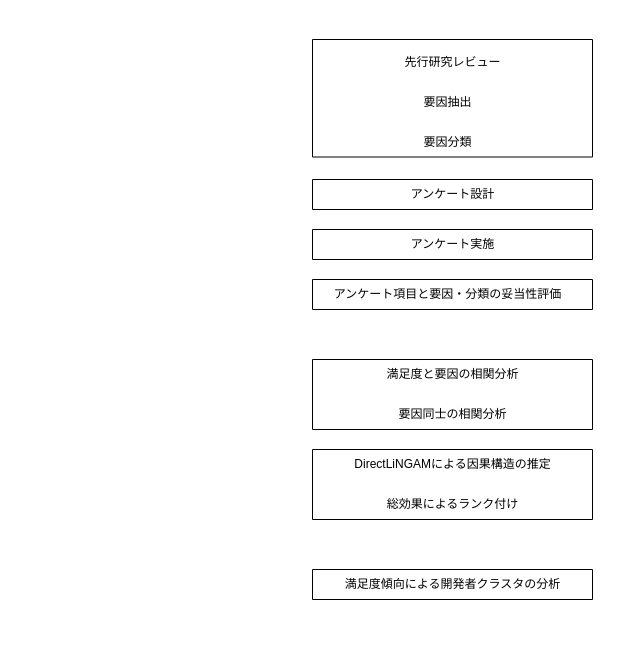
Earlier version of the draw.io diagram research-questions.drawio (hareiharei/factors_chart). Source tidied: cells renumbered, new cells numbered last; positions are measured from the earlier drawing's top-left corner, leaving out a move shared by most shapes. Both pictures are drawn from the tidied source at 100%, with x=0, y=0 at pixel (312, 39).
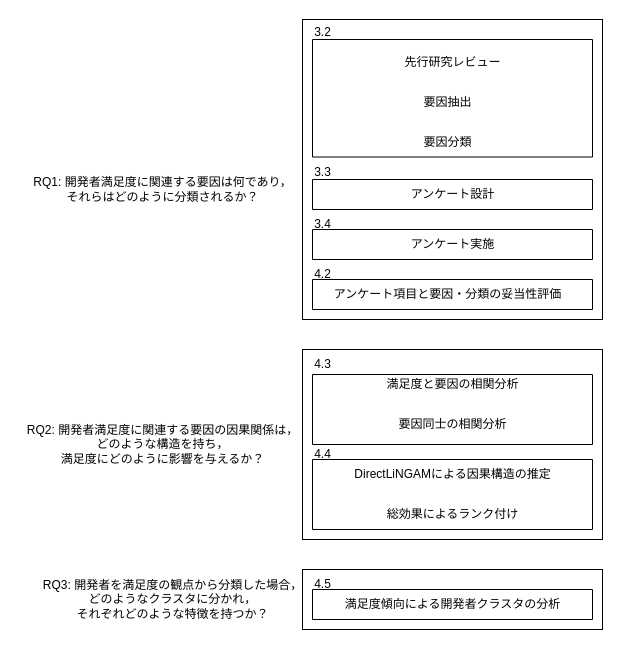
After the change.

Commit message:
research-questions.drawio を更新します

Diff of the diagram source:
```diff
@@
+    <mxCell id="20" style="rounded=0;whiteSpace=wrap;html=1;" parent="1" vertex="1">
+      <mxGeometry x="-10" y="530" width="300" height="60" as="geometry" />
+    </mxCell>
+    <mxCell id="21" style="rounded=0;whiteSpace=wrap;html=1;" parent="1" vertex="1">
+      <mxGeometry x="-10" y="310" width="300" height="190" as="geometry" />
+    </mxCell>
+    <mxCell id="22" style="rounded=0;whiteSpace=wrap;html=1;" parent="1" vertex="1">
+      <mxGeometry x="-10" y="-20" width="300" height="300" as="geometry" />
+    </mxCell>
@@
     <mxCell id="8" value="満足度と要因の相関分析" style="text;html=1;align=center;verticalAlign=middle;strokeColor=none;fillColor=none;" parent="1" vertex="1">
-      <mxGeometry x="60" y="320" width="160" height="30" as="geometry" />
+      <mxGeometry x="60" y="330" width="160" height="30" as="geometry" />
     </mxCell>
     <mxCell id="9" value="要因同士の相関分析" style="text;html=1;align=center;verticalAlign=middle;strokeColor=none;fillColor=none;" parent="1" vertex="1">
-      <mxGeometry x="75" y="360" width="130" height="30" as="geometry" />
+      <mxGeometry x="75" y="370" width="130" height="30" as="geometry" />
     </mxCell>
@@
     <mxCell id="14" style="swimlane;startSize=0;" parent="1" vertex="1">
-      <mxGeometry y="320" width="280" height="70" as="geometry" />
+      <mxGeometry y="335" width="280" height="70" as="geometry" />
     </mxCell>
     <mxCell id="15" style="swimlane;startSize=0;" parent="1" vertex="1">
-      <mxGeometry y="410" width="280" height="70" as="geometry" />
+      <mxGeometry y="420" width="280" height="70" as="geometry" />
     </mxCell>
@@
     <mxCell id="18" style="swimlane;startSize=0;" parent="1" vertex="1">
-      <mxGeometry y="530" width="280" height="30" as="geometry" />
+      <mxGeometry y="550" width="280" height="30" as="geometry" />
     </mxCell>
@@
+    <mxCell id="23" value="4.5" style="text;html=1;align=center;verticalAlign=middle;strokeColor=none;fillColor=none;" parent="1" vertex="1">
+      <mxGeometry x="-10" y="530" width="40" height="30" as="geometry" />
+    </mxCell>
+    <mxCell id="24" value="4.4" style="text;html=1;align=center;verticalAlign=middle;strokeColor=none;fillColor=none;" parent="1" vertex="1">
+      <mxGeometry x="-10" y="400" width="40" height="30" as="geometry" />
+    </mxCell>
+    <mxCell id="25" value="4.3" style="text;html=1;align=center;verticalAlign=middle;strokeColor=none;fillColor=none;" parent="1" vertex="1">
+      <mxGeometry x="-10" y="310" width="40" height="30" as="geometry" />
+    </mxCell>
+    <mxCell id="26" value="4.2" style="text;html=1;align=center;verticalAlign=middle;strokeColor=none;fillColor=none;" parent="1" vertex="1">
+      <mxGeometry x="-10" y="220" width="40" height="30" as="geometry" />
+    </mxCell>
+    <mxCell id="27" value="3.2" style="text;html=1;align=center;verticalAlign=middle;strokeColor=none;fillColor=none;" parent="1" vertex="1">
+      <mxGeometry x="-10" y="-22.5" width="40" height="30" as="geometry" />
+    </mxCell>
+    <mxCell id="28" value="3.3" style="text;html=1;align=center;verticalAlign=middle;strokeColor=none;fillColor=none;" parent="1" vertex="1">
+      <mxGeometry x="-10" y="117.5" width="40" height="30" as="geometry" />
+    </mxCell>
+    <mxCell id="29" value="3.4" style="text;html=1;align=center;verticalAlign=middle;strokeColor=none;fillColor=none;" parent="1" vertex="1">
+      <mxGeometry x="-10" y="170" width="40" height="30" as="geometry" />
+    </mxCell>
+    <mxCell id="30" value="RQ1:&amp;nbsp;開発者満足度に関連する要因は何であり，&lt;div&gt;それらはどのように分類されるか？&lt;/div&gt;" style="text;html=1;align=center;verticalAlign=middle;strokeColor=none;fillColor=none;" parent="1" vertex="1">
+      <mxGeometry x="-290" y="130" width="280" height="40" as="geometry" />
+    </mxCell>
+    <mxCell id="31" value="RQ2: 開発者満足度に関連する要因の因果関係は，&lt;div&gt;どのような構造を持ち，&lt;/div&gt;&lt;div&gt;満足度にどのように影響を与えるか？&lt;/div&gt;" style="text;html=1;align=center;verticalAlign=middle;strokeColor=none;fillColor=none;" parent="1" vertex="1">
+      <mxGeometry x="-295" y="375" width="290" height="60" as="geometry" />
+    </mxCell>
+    <mxCell id="32" value="RQ3: 開発者を満足度の観点から分類した場合，&lt;div&gt;どのようなクラスタに分かれ，&lt;/div&gt;&lt;div&gt;それぞれどのような特徴を持つか？&lt;/div&gt;" style="text;html=1;align=center;verticalAlign=middle;strokeColor=none;fillColor=none;" parent="1" vertex="1">
+      <mxGeometry x="-280" y="530" width="280" height="60" as="geometry" />
+    </mxCell>
```
